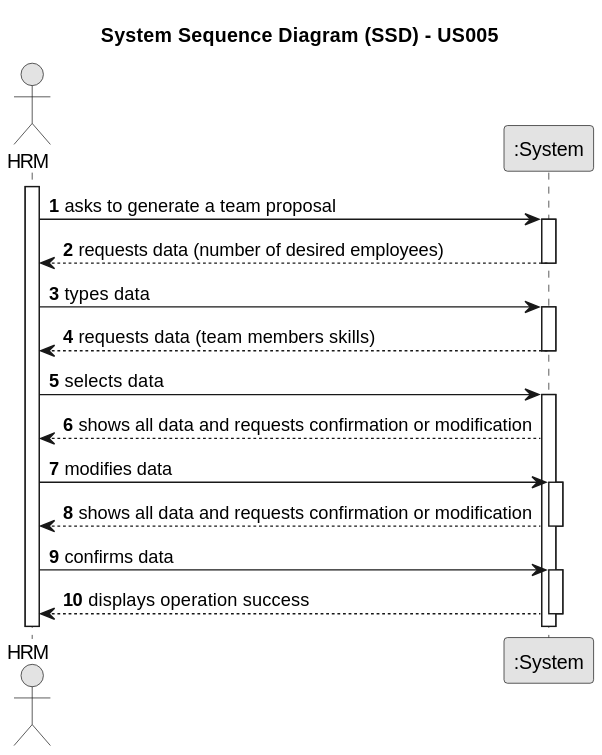
Before: docs/sprintA/us005/01.requirements-engineering/svg/us005-system-sequence-diagram-alternative-two.svg, a diagram exported from PlantUML (Departamento-de-Engenharia-Informatica/lei-24-s2-1do-g164). Source of this version:
```plantuml
@startuml
skinparam monochrome true
skinparam packageStyle rectangle
skinparam shadowing false

title System Sequence Diagram (SSD) - US005

autonumber

actor "HRM" as Employee
participant ":System" as System

activate Employee

    Employee -> System : asks to generate a team proposal
    activate System

        System --> Employee : requests data (number of desired employees)
    deactivate System

    Employee -> System : types data
    activate System

        System --> Employee : requests data (team members skills)
    deactivate System

    Employee -> System : selects data
    activate System

        System --> Employee : shows all data and requests confirmation or modification

       Employee -> System : modifies data
        activate System

          System --> Employee : shows all data and requests confirmation or modification
       deactivate System

               Employee -> System : confirms data
                activate System

            System --> Employee : displays operation success
        deactivate System
@enduml
```
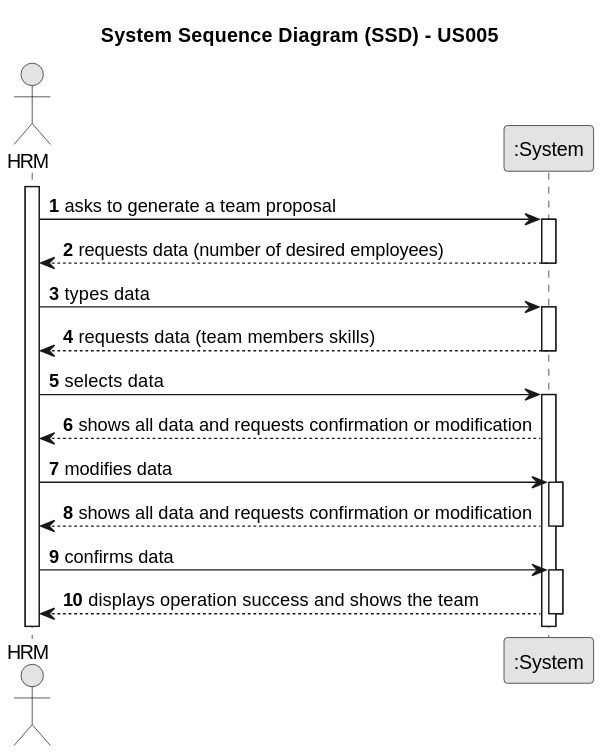
After the commit.

What changed in the source:
```diff
@@ -38,6 +38,6 @@
                Employee -> System : confirms data
                 activate System
 
-            System --> Employee : displays operation success
+            System --> Employee : displays operation success and shows the team
         deactivate System
 @enduml
```
